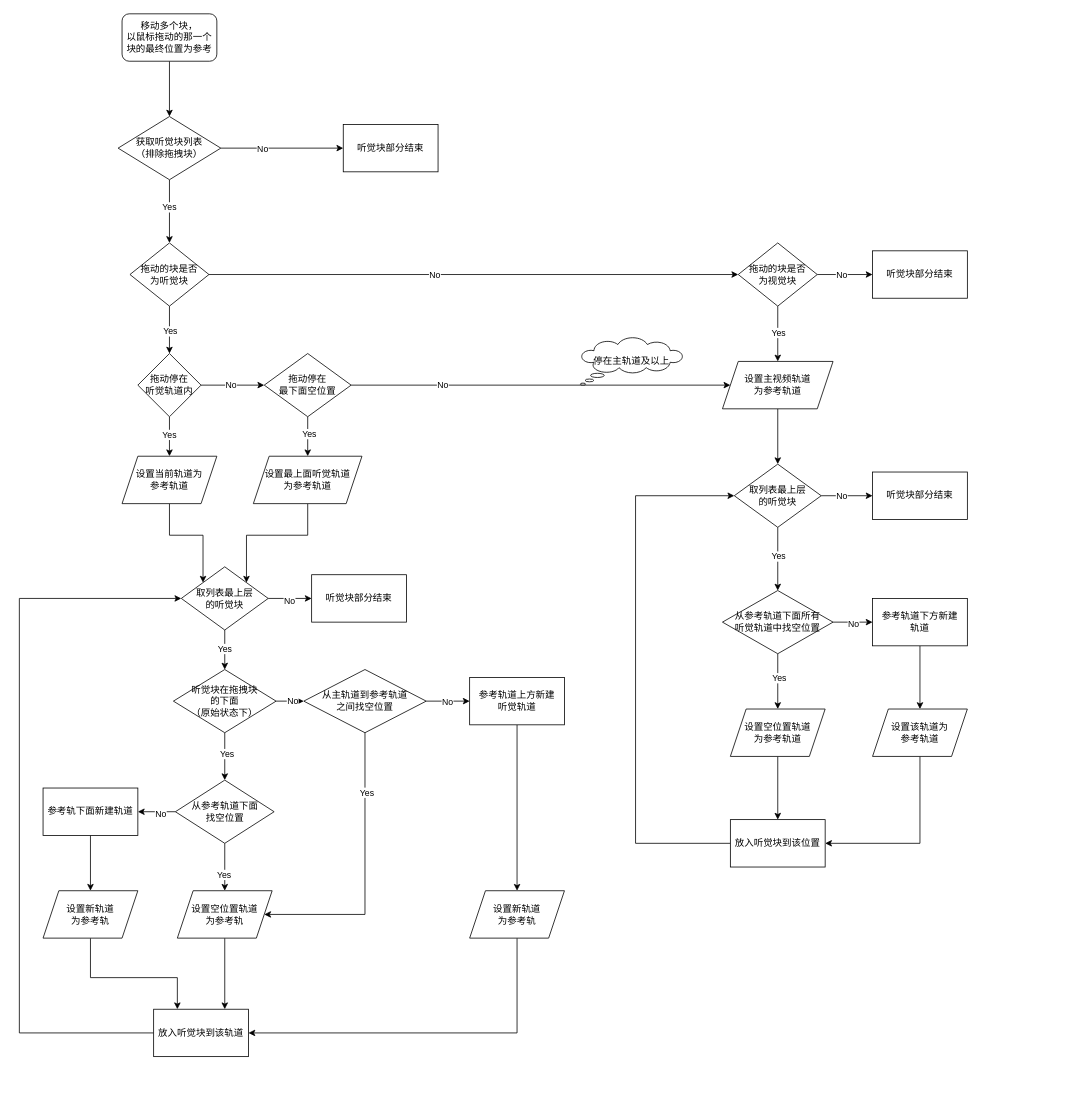
The draw.io diagram page "多块移动-听觉块" (5 of 5) of drag flow.drawio in macfanr/drawio, before the edit. Source tidied: cells renumbered, new cells numbered last; positions are measured from the earlier drawing's top-left corner, leaving out a move shared by most shapes. Both pictures are drawn from the tidied source at 79%, with x=0, y=0 at pixel (19, 13).
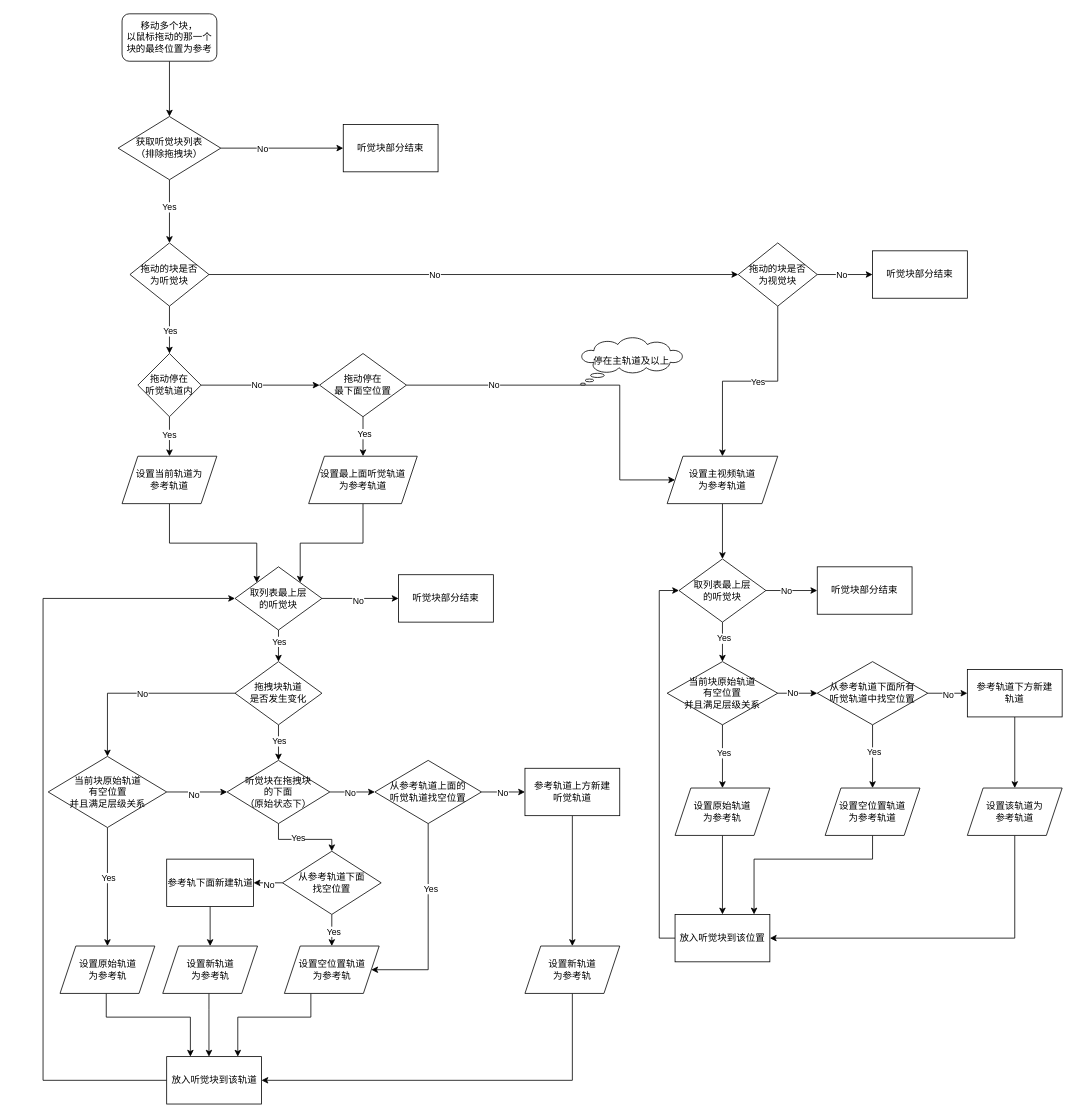
The same diagram, later.

The change refers to these unchanged cells:
```xml
<mxCell id="33" value="设置当前轨道为&lt;br&gt;参考轨道" style="shape=parallelogram;perimeter=parallelogramPerimeter;whiteSpace=wrap;html=1;fixedSize=1;rounded=0;" parent="1" vertex="1">
  <mxGeometry x="130" y="560" width="120" height="60" as="geometry" />
</mxCell>
```

Change to the diagram source:
```diff
@@
     <mxCell id="26" style="edgeStyle=orthogonalEdgeStyle;rounded=0;jettySize=auto;html=1;" parent="1" edge="1" source="30" target="48">
-      <mxGeometry relative="1" as="geometry" />
+      <mxGeometry relative="1" as="geometry">
+        <Array as="points">
+          <mxPoint x="760" y="470" />
+          <mxPoint x="760" y="590" />
+        </Array>
+      </mxGeometry>
     </mxCell>
@@
     <mxCell id="30" value="拖动停在&lt;br&gt;最下面空位置" style="rhombus;whiteSpace=wrap;html=1;rounded=0;" parent="1" vertex="1">
-      <mxGeometry x="310" y="430" width="110" height="80" as="geometry" />
+      <mxGeometry x="380" y="430" width="110" height="80" as="geometry" />
     </mxCell>
@@
     <mxCell id="32" style="edgeStyle=orthogonalEdgeStyle;rounded=0;jettySize=auto;html=1;entryX=0;entryY=0;entryDx=0;entryDy=0;" parent="1" edge="1" source="33" target="38">
-      <mxGeometry relative="1" as="geometry" />
+      <mxGeometry relative="1" as="geometry">
+        <Array as="points">
+          <mxPoint x="190" y="670" />
+          <mxPoint x="301" y="670" />
+        </Array>
+      </mxGeometry>
     </mxCell>
@@
-    <mxCell id="36" style="edgeStyle=orthogonalEdgeStyle;rounded=0;jettySize=auto;html=1;" parent="1" edge="1" source="38" target="46">
-      <mxGeometry relative="1" as="geometry" />
-    </mxCell>
-    <mxCell id="37" value="Yes" style="edgeLabel;html=1;align=center;verticalAlign=middle;" parent="36" vertex="1">
-      <mxGeometry x="-0.1" y="-1" relative="1" as="geometry" />
-    </mxCell>
+    <mxCell id="90" style="edgeStyle=orthogonalEdgeStyle;rounded=0;jettySize=auto;html=1;" parent="1" edge="1" source="38" target="105">
+      <mxGeometry relative="1" as="geometry" />
+    </mxCell>
+    <mxCell id="91" value="Yes" style="edgeLabel;html=1;align=center;verticalAlign=middle;" parent="90" vertex="1">
+      <mxGeometry x="-0.28" relative="1" as="geometry" />
+    </mxCell>
     <mxCell id="38" value="取列表最上层&lt;br&gt;的听觉块" style="rhombus;whiteSpace=wrap;html=1;rounded=0;" parent="1" vertex="1">
-      <mxGeometry x="205" y="700" width="110" height="80" as="geometry" />
+      <mxGeometry x="273" y="700" width="110" height="80" as="geometry" />
     </mxCell>
     <mxCell id="39" style="edgeStyle=orthogonalEdgeStyle;rounded=0;jettySize=auto;html=1;entryX=1;entryY=0;entryDx=0;entryDy=0;" parent="1" edge="1" source="40" target="38">
-      <mxGeometry relative="1" as="geometry" />
+      <mxGeometry relative="1" as="geometry">
+        <Array as="points">
+          <mxPoint x="435" y="670" />
+          <mxPoint x="356" y="670" />
+        </Array>
+      </mxGeometry>
     </mxCell>
     <mxCell id="40" value="设置最上面听觉轨道&lt;br&gt;为参考轨道" style="shape=parallelogram;perimeter=parallelogramPerimeter;whiteSpace=wrap;html=1;fixedSize=1;rounded=0;" parent="1" vertex="1">
-      <mxGeometry x="296.2" y="560" width="137.5" height="60" as="geometry" />
+      <mxGeometry x="366.2" y="560" width="137.5" height="60" as="geometry" />
     </mxCell>
     <mxCell id="41" value="听觉块部分结束" style="whiteSpace=wrap;html=1;rounded=0;" parent="1" vertex="1">
-      <mxGeometry x="370" y="710" width="120" height="60" as="geometry" />
+      <mxGeometry x="480" y="710" width="120" height="60" as="geometry" />
     </mxCell>
@@
     <mxCell id="46" value="听觉块在拖拽块&lt;br&gt;的下面&lt;br&gt;（原始状态下）" style="rhombus;whiteSpace=wrap;html=1;rounded=0;" parent="1" vertex="1">
-      <mxGeometry x="195" y="830" width="130" height="80" as="geometry" />
+      <mxGeometry x="263" y="945" width="130" height="80" as="geometry" />
     </mxCell>
@@
     <mxCell id="48" value="设置主视频轨道&lt;br&gt;为参考轨道" style="shape=parallelogram;perimeter=parallelogramPerimeter;whiteSpace=wrap;html=1;fixedSize=1;rounded=0;" parent="1" vertex="1">
-      <mxGeometry x="890" y="440" width="140" height="60" as="geometry" />
+      <mxGeometry x="820" y="560" width="140" height="60" as="geometry" />
     </mxCell>
@@
-    <mxCell id="51" style="edgeStyle=orthogonalEdgeStyle;rounded=0;jettySize=auto;html=1;" parent="1" edge="1" source="53" target="59">
-      <mxGeometry relative="1" as="geometry" />
-    </mxCell>
-    <mxCell id="52" value="Yes" style="edgeLabel;html=1;align=center;verticalAlign=middle;" parent="51" vertex="1">
-      <mxGeometry x="-0.11" relative="1" as="geometry" />
-    </mxCell>
+    <mxCell id="92" style="edgeStyle=orthogonalEdgeStyle;rounded=0;jettySize=auto;html=1;" parent="1" edge="1" source="53" target="98">
+      <mxGeometry relative="1" as="geometry" />
+    </mxCell>
+    <mxCell id="93" value="Yes" style="edgeLabel;html=1;align=center;verticalAlign=middle;" parent="92" vertex="1">
+      <mxGeometry x="-0.22" y="1" relative="1" as="geometry" />
+    </mxCell>
     <mxCell id="53" value="取列表最上层&lt;br&gt;的听觉块" style="rhombus;whiteSpace=wrap;html=1;rounded=0;" parent="1" vertex="1">
-      <mxGeometry x="905" y="570" width="110" height="80" as="geometry" />
+      <mxGeometry x="835" y="690" width="110" height="80" as="geometry" />
     </mxCell>
     <mxCell id="54" value="&lt;span&gt;听觉块部分结束&lt;/span&gt;" style="whiteSpace=wrap;html=1;rounded=0;" parent="1" vertex="1">
-      <mxGeometry x="1080" y="580" width="120" height="60" as="geometry" />
+      <mxGeometry x="1010" y="700" width="120" height="60" as="geometry" />
     </mxCell>
@@
     <mxCell id="59" value="从参考轨道下面所有&lt;br&gt;听觉轨道中找空位置" style="rhombus;whiteSpace=wrap;html=1;rounded=0;" parent="1" vertex="1">
-      <mxGeometry x="890" y="730" width="140" height="80" as="geometry" />
+      <mxGeometry x="1010" y="820" width="140" height="80" as="geometry" />
     </mxCell>
@@
     <mxCell id="61" value="参考轨道下方新建&lt;br&gt;轨道" style="whiteSpace=wrap;html=1;rounded=0;" parent="1" vertex="1">
-      <mxGeometry x="1080" y="740" width="120" height="60" as="geometry" />
+      <mxGeometry x="1200" y="830" width="120" height="60" as="geometry" />
     </mxCell>
     <mxCell id="62" style="edgeStyle=orthogonalEdgeStyle;rounded=0;jettySize=auto;html=1;" parent="1" edge="1" source="63" target="65">
-      <mxGeometry relative="1" as="geometry" />
+      <mxGeometry relative="1" as="geometry">
+        <Array as="points">
+          <mxPoint x="1080" y="1070" />
+          <mxPoint x="930" y="1070" />
+        </Array>
+      </mxGeometry>
     </mxCell>
     <mxCell id="63" value="设置空位置轨道&lt;br&gt;为参考轨道" style="shape=parallelogram;perimeter=parallelogramPerimeter;whiteSpace=wrap;html=1;fixedSize=1;rounded=0;" parent="1" vertex="1">
-      <mxGeometry x="900" y="880" width="120" height="60" as="geometry" />
+      <mxGeometry x="1020" y="980" width="120" height="60" as="geometry" />
     </mxCell>
     <mxCell id="64" style="edgeStyle=orthogonalEdgeStyle;rounded=0;jettySize=auto;html=1;entryX=0;entryY=0.5;entryDx=0;entryDy=0;" parent="1" edge="1" source="65" target="53">
       <mxGeometry relative="1" as="geometry">
         <Array as="points">
-          <mxPoint x="780" y="1050" />
-          <mxPoint x="780" y="610" />
+          <mxPoint x="810" y="1170" />
+          <mxPoint x="810" y="730" />
         </Array>
       </mxGeometry>
     </mxCell>
     <mxCell id="65" value="放入听觉块到该位置" style="whiteSpace=wrap;html=1;rounded=0;" parent="1" vertex="1">
-      <mxGeometry x="900" y="1020" width="120" height="60" as="geometry" />
+      <mxGeometry x="830" y="1140" width="120" height="60" as="geometry" />
     </mxCell>
@@
     <mxCell id="67" value="设置该轨道为&lt;br&gt;参考轨道" style="shape=parallelogram;perimeter=parallelogramPerimeter;whiteSpace=wrap;html=1;fixedSize=1;rounded=0;" parent="1" vertex="1">
-      <mxGeometry x="1080" y="880" width="120" height="60" as="geometry" />
+      <mxGeometry x="1200" y="980" width="120" height="60" as="geometry" />
     </mxCell>
-    <mxCell id="68" style="edgeStyle=orthogonalEdgeStyle;rounded=0;jettySize=auto;html=1;" parent="1" edge="1" source="72" target="74">
-      <mxGeometry relative="1" as="geometry" />
-    </mxCell>
-    <mxCell id="69" value="Yes" style="edgeLabel;html=1;align=center;verticalAlign=middle;" parent="68" vertex="1">
-      <mxGeometry x="-0.16" y="-3" relative="1" as="geometry">
-        <mxPoint x="1" y="14" as="offset" />
-      </mxGeometry>
-    </mxCell>
@@
+    <mxCell id="68" style="edgeStyle=orthogonalEdgeStyle;rounded=0;jettySize=auto;html=1;" parent="1" edge="1" source="72" target="74">
+      <mxGeometry relative="1" as="geometry" />
+    </mxCell>
+    <mxCell id="94" value="Yes" style="edgeLabel;html=1;align=center;verticalAlign=middle;" parent="68" vertex="1">
+      <mxGeometry x="0.06" y="1" relative="1" as="geometry">
+        <mxPoint x="1" as="offset" />
+      </mxGeometry>
+    </mxCell>
     <mxCell id="72" value="从参考轨道下面&lt;br&gt;找空位置" style="rhombus;whiteSpace=wrap;html=1;rounded=0;" parent="1" vertex="1">
-      <mxGeometry x="197.5" y="970" width="125" height="80" as="geometry" />
+      <mxGeometry x="333" y="1060" width="125" height="80" as="geometry" />
     </mxCell>
     <mxCell id="73" style="edgeStyle=orthogonalEdgeStyle;rounded=0;jettySize=auto;html=1;entryX=0.75;entryY=0;entryDx=0;entryDy=0;" parent="1" edge="1" source="74" target="76">
-      <mxGeometry relative="1" as="geometry" />
+      <mxGeometry relative="1" as="geometry">
+        <Array as="points">
+          <mxPoint x="369" y="1270" />
+          <mxPoint x="277" y="1270" />
+        </Array>
+      </mxGeometry>
     </mxCell>
     <mxCell id="74" value="设置空位置轨道&lt;br&gt;为参考轨" style="shape=parallelogram;perimeter=parallelogramPerimeter;whiteSpace=wrap;html=1;fixedSize=1;rounded=0;" parent="1" vertex="1">
-      <mxGeometry x="200" y="1110" width="120" height="60" as="geometry" />
+      <mxGeometry x="335.5" y="1180" width="120" height="60" as="geometry" />
     </mxCell>
     <mxCell id="75" style="edgeStyle=orthogonalEdgeStyle;rounded=0;jettySize=auto;html=1;entryX=0;entryY=0.5;entryDx=0;entryDy=0;" parent="1" edge="1" source="76" target="38">
       <mxGeometry relative="1" as="geometry">
         <Array as="points">
-          <mxPoint y="1290" />
-          <mxPoint y="740" />
+          <mxPoint x="30" y="1350" />
+          <mxPoint x="30" y="740" />
         </Array>
       </mxGeometry>
     </mxCell>
     <mxCell id="76" value="放入听觉块到该轨道" style="whiteSpace=wrap;html=1;rounded=0;" parent="1" vertex="1">
-      <mxGeometry x="170" y="1260" width="120" height="60" as="geometry" />
+      <mxGeometry x="186.5" y="1320" width="120" height="60" as="geometry" />
     </mxCell>
-    <mxCell id="77" style="edgeStyle=orthogonalEdgeStyle;rounded=0;jettySize=auto;html=1;entryX=1;entryY=0.5;entryDx=0;entryDy=0;exitX=0.5;exitY=1;exitDx=0;exitDy=0;" parent="1" edge="1" source="81" target="74">
-      <mxGeometry relative="1" as="geometry">
-        <Array as="points">
-          <mxPoint x="438" y="1140" />
-        </Array>
-      </mxGeometry>
-    </mxCell>
-    <mxCell id="78" value="Yes" style="edgeLabel;html=1;align=center;verticalAlign=middle;" parent="77" vertex="1">
-      <mxGeometry x="-0.58" y="2" relative="1" as="geometry" />
-    </mxCell>
@@
+    <mxCell id="77" style="edgeStyle=orthogonalEdgeStyle;rounded=0;jettySize=auto;html=1;entryX=1;entryY=0.5;entryDx=0;entryDy=0;" parent="1" edge="1" source="81" target="74">
+      <mxGeometry relative="1" as="geometry">
+        <Array as="points">
+          <mxPoint x="518" y="1210" />
+        </Array>
+      </mxGeometry>
+    </mxCell>
+    <mxCell id="95" value="Yes" style="edgeLabel;html=1;align=center;verticalAlign=middle;" parent="77" vertex="1">
+      <mxGeometry x="-0.36" y="3" relative="1" as="geometry" />
+    </mxCell>
-    <mxCell id="81" value="从主轨道到参考轨道&lt;br&gt;之间找空位置" style="rhombus;whiteSpace=wrap;html=1;rounded=0;" parent="1" vertex="1">
-      <mxGeometry x="360" y="830" width="155" height="80" as="geometry" />
+    <mxCell id="81" value="从参考轨道上面的&lt;br&gt;听觉轨道找空位置" style="rhombus;whiteSpace=wrap;html=1;rounded=0;" parent="1" vertex="1">
+      <mxGeometry x="450" y="945" width="135" height="80" as="geometry" />
     </mxCell>
@@
     <mxCell id="83" value="参考轨道上方新建&lt;br&gt;听觉轨道" style="rounded=0;whiteSpace=wrap;html=1;" parent="1" vertex="1">
-      <mxGeometry x="570" y="840" width="120" height="60" as="geometry" />
+      <mxGeometry x="640" y="955" width="120" height="60" as="geometry" />
     </mxCell>
@@
     <mxCell id="85" value="设置新轨道&lt;br&gt;为参考轨" style="shape=parallelogram;perimeter=parallelogramPerimeter;whiteSpace=wrap;html=1;fixedSize=1;rounded=0;" parent="1" vertex="1">
-      <mxGeometry x="570" y="1110" width="120" height="60" as="geometry" />
+      <mxGeometry x="640" y="1180" width="120" height="60" as="geometry" />
     </mxCell>
@@
     <mxCell id="87" value="参考轨下面新建轨道" style="whiteSpace=wrap;html=1;rounded=0;" parent="1" vertex="1">
-      <mxGeometry x="30" y="980" width="120" height="60" as="geometry" />
+      <mxGeometry x="186.5" y="1070" width="110" height="60" as="geometry" />
     </mxCell>
-    <mxCell id="88" style="edgeStyle=orthogonalEdgeStyle;rounded=0;jettySize=auto;html=1;entryX=0.25;entryY=0;entryDx=0;entryDy=0;" parent="1" edge="1" source="89" target="76">
+    <mxCell id="88" style="edgeStyle=orthogonalEdgeStyle;rounded=0;jettySize=auto;html=1;" parent="1" edge="1" source="89" target="76">
       <mxGeometry relative="1" as="geometry">
         <Array as="points">
-          <mxPoint x="90" y="1220" />
-          <mxPoint x="200" y="1220" />
+          <mxPoint x="240" y="1260" />
+          <mxPoint x="240" y="1260" />
         </Array>
       </mxGeometry>
     </mxCell>
     <mxCell id="89" value="设置新轨道&lt;br&gt;为参考轨" style="shape=parallelogram;perimeter=parallelogramPerimeter;whiteSpace=wrap;html=1;fixedSize=1;rounded=0;" parent="1" vertex="1">
-      <mxGeometry x="30" y="1110" width="120" height="60" as="geometry" />
+      <mxGeometry x="181.5" y="1180" width="120" height="60" as="geometry" />
     </mxCell>
+    <mxCell id="96" style="edgeStyle=orthogonalEdgeStyle;rounded=0;jettySize=auto;html=1;" parent="1" edge="1" source="98" target="59">
+      <mxGeometry relative="1" as="geometry" />
+    </mxCell>
+    <mxCell id="97" value="No" style="edgeLabel;html=1;align=center;verticalAlign=middle;" parent="96" vertex="1">
+      <mxGeometry x="-0.27" y="2" relative="1" as="geometry">
+        <mxPoint y="1" as="offset" />
+      </mxGeometry>
+    </mxCell>
+    <mxCell id="98" value="当前块原始轨道&lt;br&gt;有空位置&lt;br&gt;并且满足层级关系" style="rhombus;whiteSpace=wrap;html=1;rounded=0;" parent="1" vertex="1">
+      <mxGeometry x="820" y="820" width="140" height="80" as="geometry" />
+    </mxCell>
+    <mxCell id="99" style="edgeStyle=orthogonalEdgeStyle;rounded=0;jettySize=auto;html=1;exitX=0.5;exitY=1;exitDx=0;exitDy=0;entryX=0.5;entryY=0;entryDx=0;entryDy=0;" parent="1" edge="1" source="98" target="114">
+      <mxGeometry relative="1" as="geometry" />
+    </mxCell>
+    <mxCell id="100" value="Yes" style="edgeLabel;html=1;align=center;verticalAlign=middle;" parent="99" vertex="1">
+      <mxGeometry x="-0.12" y="1" relative="1" as="geometry" />
+    </mxCell>
+    <mxCell id="101" style="edgeStyle=orthogonalEdgeStyle;rounded=0;jettySize=auto;html=1;" parent="1" edge="1" source="105" target="46">
+      <mxGeometry relative="1" as="geometry" />
+    </mxCell>
+    <mxCell id="102" value="Yes" style="edgeLabel;html=1;align=center;verticalAlign=middle;" parent="101" vertex="1">
+      <mxGeometry x="0.22" y="-1" relative="1" as="geometry">
+        <mxPoint x="1" y="-7" as="offset" />
+      </mxGeometry>
+    </mxCell>
+    <mxCell id="103" style="edgeStyle=orthogonalEdgeStyle;rounded=0;jettySize=auto;html=1;entryX=0.5;entryY=0;entryDx=0;entryDy=0;" parent="1" edge="1" source="105" target="112">
+      <mxGeometry relative="1" as="geometry" />
+    </mxCell>
+    <mxCell id="104" value="No" style="edgeLabel;html=1;align=center;verticalAlign=middle;" parent="103" vertex="1">
+      <mxGeometry x="-0.02" relative="1" as="geometry" />
+    </mxCell>
+    <mxCell id="105" value="拖拽块轨道&lt;br&gt;是否发生变化" style="rhombus;whiteSpace=wrap;html=1;rounded=0;" parent="1" vertex="1">
+      <mxGeometry x="273" y="820" width="110" height="80" as="geometry" />
+    </mxCell>
+    <mxCell id="106" style="edgeStyle=orthogonalEdgeStyle;rounded=0;jettySize=auto;html=1;entryX=0.25;entryY=0;entryDx=0;entryDy=0;" parent="1" edge="1" source="107" target="76">
+      <mxGeometry relative="1" as="geometry">
+        <Array as="points">
+          <mxPoint x="110" y="1270" />
+          <mxPoint x="217" y="1270" />
+        </Array>
+      </mxGeometry>
+    </mxCell>
+    <mxCell id="107" value="设置原始轨道&lt;br&gt;为参考轨" style="shape=parallelogram;perimeter=parallelogramPerimeter;whiteSpace=wrap;html=1;fixedSize=1;rounded=0;" parent="1" vertex="1">
+      <mxGeometry x="51.5" y="1180" width="120" height="60" as="geometry" />
+    </mxCell>
+    <mxCell id="108" style="edgeStyle=orthogonalEdgeStyle;rounded=0;jettySize=auto;html=1;entryX=0.5;entryY=0;entryDx=0;entryDy=0;" parent="1" edge="1" source="112" target="107">
+      <mxGeometry relative="1" as="geometry" />
+    </mxCell>
+    <mxCell id="109" value="Yes" style="edgeLabel;html=1;align=center;verticalAlign=middle;" parent="108" vertex="1">
+      <mxGeometry x="-0.16" y="1" relative="1" as="geometry" />
+    </mxCell>
+    <mxCell id="110" style="edgeStyle=orthogonalEdgeStyle;rounded=0;jettySize=auto;html=1;entryX=0;entryY=0.5;entryDx=0;entryDy=0;" parent="1" edge="1" source="112" target="46">
+      <mxGeometry relative="1" as="geometry" />
+    </mxCell>
+    <mxCell id="111" value="No" style="edgeLabel;html=1;align=center;verticalAlign=middle;" parent="110" vertex="1">
+      <mxGeometry x="-0.1" y="-2" relative="1" as="geometry">
+        <mxPoint y="1" as="offset" />
+      </mxGeometry>
+    </mxCell>
+    <mxCell id="112" value="当前块原始轨道&lt;br&gt;有空位置 &lt;br&gt;并且满足层级关系" style="rhombus;whiteSpace=wrap;html=1;" parent="1" vertex="1">
+      <mxGeometry x="36.5" y="940" width="150" height="90" as="geometry" />
+    </mxCell>
+    <mxCell id="113" style="edgeStyle=orthogonalEdgeStyle;rounded=0;jettySize=auto;html=1;" parent="1" edge="1" source="114" target="65">
+      <mxGeometry relative="1" as="geometry" />
+    </mxCell>
+    <mxCell id="114" value="设置原始轨道&lt;br&gt;为参考轨" style="shape=parallelogram;perimeter=parallelogramPerimeter;whiteSpace=wrap;html=1;fixedSize=1;rounded=0;" parent="1" vertex="1">
+      <mxGeometry x="830" y="980" width="120" height="60" as="geometry" />
+    </mxCell>
```
